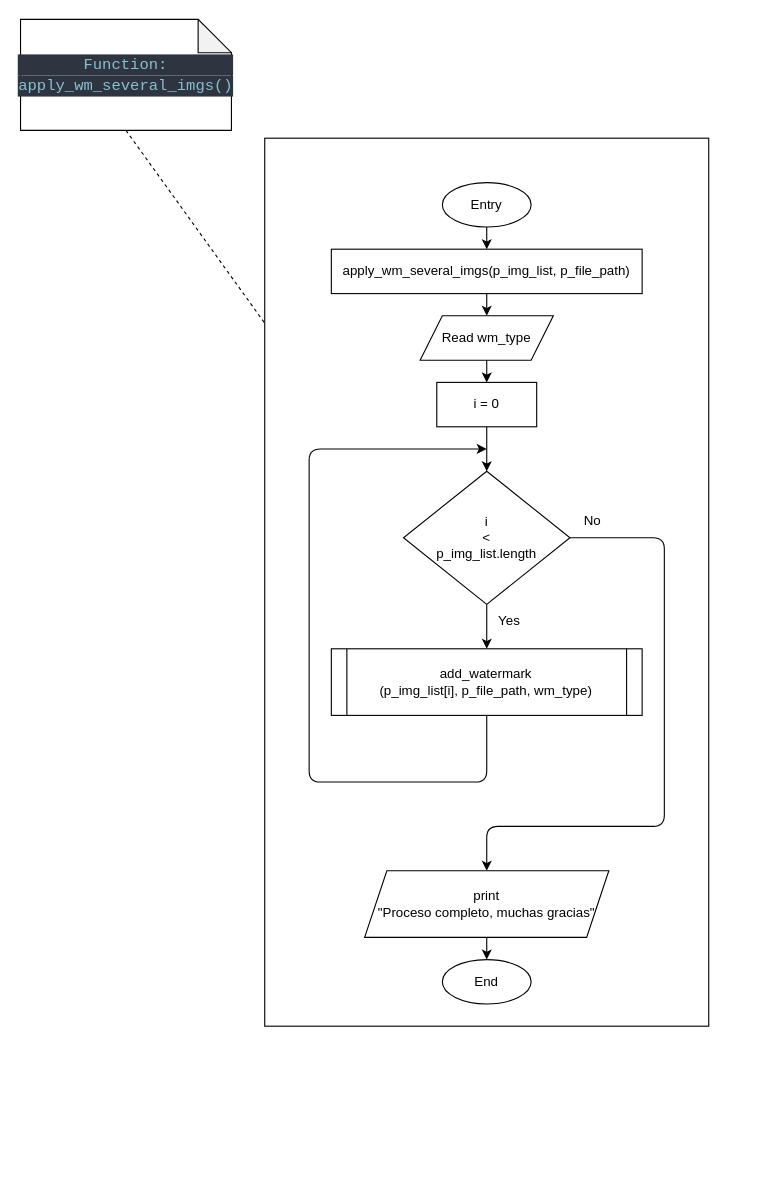
Before: Diagrams/apply_wm_several_imgs.drawio in rrojasj/ImgWatermark, a draw.io diagram. Source tidied: cells renumbered, new cells numbered last; positions are measured from the earlier drawing's top-left corner, leaving out a move shared by most shapes. Both pictures are drawn from the tidied source at 111%, with x=0, y=0 at pixel (20, 19).
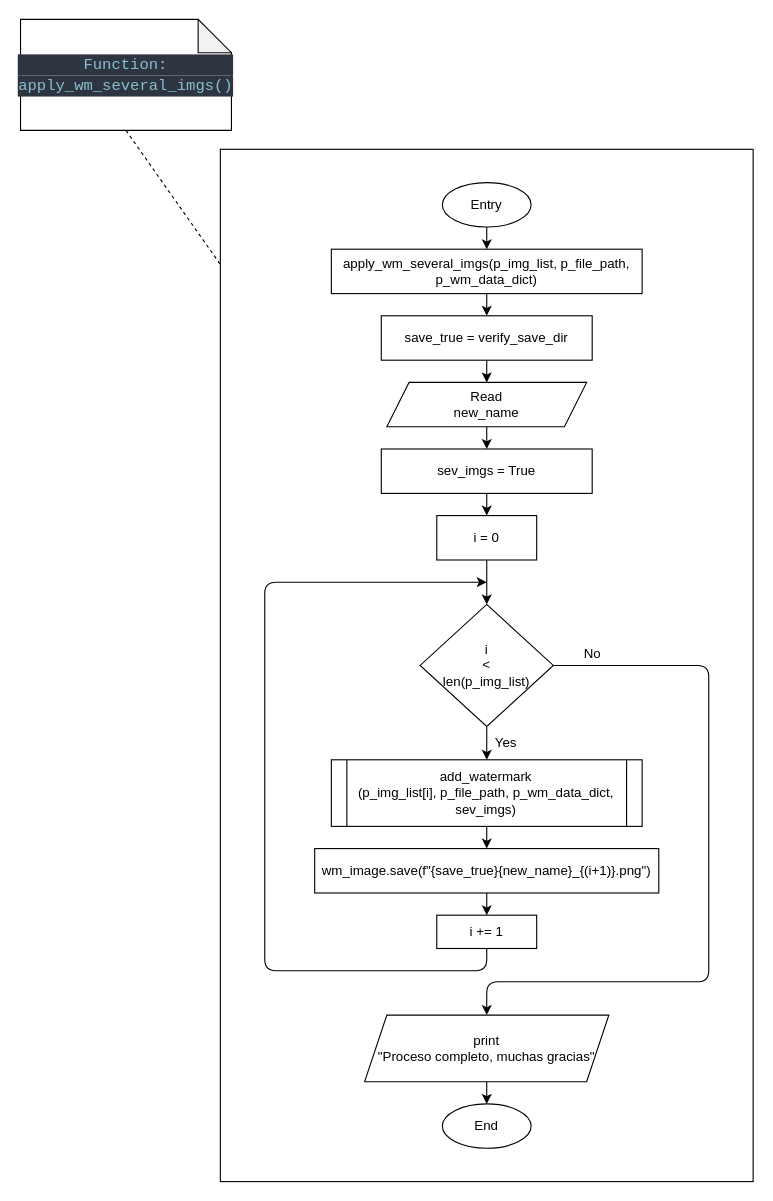
After the change.

The change refers to these unchanged cells:
```xml
<mxCell id="2" value="&lt;div style=&quot;background-color: rgb(46, 52, 64); font-family: Consolas, &amp;quot;Courier New&amp;quot;, monospace; font-size: 14px; line-height: 19px;&quot;&gt;&lt;font color=&quot;#88c0d0&quot;&gt;Function:&lt;/font&gt;&lt;/div&gt;&lt;div style=&quot;color: rgb(216, 222, 233); background-color: rgb(46, 52, 64); font-family: Consolas, &amp;quot;Courier New&amp;quot;, monospace; font-size: 14px; line-height: 19px;&quot;&gt;&lt;span style=&quot;color: #88c0d0;&quot;&gt;apply_wm_several_imgs()&lt;/span&gt;&lt;/div&gt;" style="shape=note;whiteSpace=wrap;html=1;backgroundOutline=1;darkOpacity=0.05;" parent="1" vertex="1">
  <mxGeometry width="190" height="100" as="geometry" />
</mxCell>
```

Change to the diagram source:
```diff
@@
-    <mxCell id="3" style="rounded=0;whiteSpace=wrap;html=1;" parent="1" vertex="1">
-      <mxGeometry x="220" y="107" width="400" height="800" as="geometry" />
-    </mxCell>
+    <mxCell id="23" style="rounded=0;whiteSpace=wrap;html=1;" parent="1" vertex="1">
+      <mxGeometry x="180" y="117" width="480" height="930" as="geometry" />
+    </mxCell>
-    <mxCell id="4" style="endArrow=none;dashed=1;html=1;exitX=0.5;exitY=1;exitDx=0;exitDy=0;exitPerimeter=0;entryX=0.001;entryY=0.209;entryDx=0;entryDy=0;entryPerimeter=0;" parent="1" edge="1" source="2" target="3">
+    <mxCell id="4" style="endArrow=none;dashed=1;html=1;exitX=0.5;exitY=1;exitDx=0;exitDy=0;exitPerimeter=0;entryX=0.002;entryY=0.113;entryDx=0;entryDy=0;entryPerimeter=0;" parent="1" edge="1" source="2" target="23">
       <mxGeometry relative="1" as="geometry" />
     </mxCell>
@@
-    <mxCell id="7" style="edgeStyle=none;html=1;" parent="1" edge="1" source="8">
-      <mxGeometry relative="1" as="geometry">
-        <mxPoint x="420" y="267" as="targetPoint" />
-      </mxGeometry>
+    <mxCell id="7" style="edgeStyle=none;html=1;entryX=0.5;entryY=0;entryDx=0;entryDy=0;" parent="1" edge="1" source="8" target="26">
+      <mxGeometry relative="1" as="geometry" />
     </mxCell>
-    <mxCell id="8" value="apply_wm_several_imgs(p_img_list, p_file_path)" style="whiteSpace=wrap;html=1;" parent="1" vertex="1">
+    <mxCell id="8" value="apply_wm_several_imgs(p_img_list, p_file_path, p_wm_data_dict)" style="whiteSpace=wrap;html=1;" parent="1" vertex="1">
       <mxGeometry x="280" y="207" width="280" height="40" as="geometry" />
     </mxCell>
@@
     <mxCell id="10" value="i = 0" style="whiteSpace=wrap;html=1;" parent="1" vertex="1">
-      <mxGeometry x="375" y="327" width="90" height="40" as="geometry" />
+      <mxGeometry x="375" y="447" width="90" height="40" as="geometry" />
     </mxCell>
@@
-    <mxCell id="12" value="i &lt;br&gt;&amp;lt;&lt;br&gt;p_img_list.length" style="rhombus;whiteSpace=wrap;html=1;" parent="1" vertex="1">
-      <mxGeometry x="345" y="407" width="150" height="120" as="geometry" />
+    <mxCell id="12" value="i &lt;br&gt;&amp;lt;&lt;br&gt;len(p_img_list)" style="rhombus;whiteSpace=wrap;html=1;" parent="1" vertex="1">
+      <mxGeometry x="360" y="527" width="120" height="110" as="geometry" />
     </mxCell>
-    <mxCell id="13" style="edgeStyle=none;html=1;exitX=0.5;exitY=1;exitDx=0;exitDy=0;" parent="1" edge="1" source="14">
+    <mxCell id="13" style="edgeStyle=none;html=1;exitX=0.5;exitY=1;exitDx=0;exitDy=0;" parent="1" edge="1" source="32">
       <mxGeometry relative="1" as="geometry">
-        <mxPoint x="420" y="387" as="targetPoint" />
+        <mxPoint x="420" y="507" as="targetPoint" />
         <Array as="points">
-          <mxPoint x="420" y="687" />
-          <mxPoint x="260" y="687" />
-          <mxPoint x="260" y="387" />
+          <mxPoint x="420" y="857" />
+          <mxPoint x="220" y="857" />
+          <mxPoint x="220" y="507" />
         </Array>
       </mxGeometry>
     </mxCell>
+    <mxCell id="24" style="edgeStyle=none;html=1;" parent="1" edge="1" source="14" target="31">
+      <mxGeometry relative="1" as="geometry" />
+    </mxCell>
-    <mxCell id="14" value="add_watermark &lt;br&gt;(p_img_list[i], p_file_path, wm_type)" style="shape=process;whiteSpace=wrap;html=1;backgroundOutline=1;size=0.05172413793103448;" parent="1" vertex="1">
-      <mxGeometry x="280" y="567" width="280" height="60" as="geometry" />
+    <mxCell id="14" value="add_watermark &lt;br&gt;(p_img_list[i], p_file_path, p_wm_data_dict, sev_imgs)" style="shape=process;whiteSpace=wrap;html=1;backgroundOutline=1;size=0.05172413793103448;" parent="1" vertex="1">
+      <mxGeometry x="280" y="667" width="280" height="60" as="geometry" />
     </mxCell>
     <mxCell id="15" value="Yes" style="text;html=1;align=center;verticalAlign=middle;strokeColor=none;fillColor=none;" parent="1" vertex="1">
-      <mxGeometry x="420" y="527" width="40" height="30" as="geometry" />
+      <mxGeometry x="417" y="637" width="40" height="30" as="geometry" />
     </mxCell>
     <mxCell id="16" style="endArrow=classic;html=1;fontSize=14;exitX=1;exitY=0.5;exitDx=0;exitDy=0;entryX=0.5;entryY=0;entryDx=0;entryDy=0;" parent="1" edge="1" source="12" target="18">
       <mxGeometry relative="1" as="geometry">
         <Array as="points">
-          <mxPoint x="580" y="467" />
-          <mxPoint x="580" y="727" />
-          <mxPoint x="420" y="727" />
+          <mxPoint x="620" y="582" />
+          <mxPoint x="620" y="867" />
+          <mxPoint x="420" y="867" />
         </Array>
       </mxGeometry>
     </mxCell>
@@
     <mxCell id="18" value="print &lt;br&gt;&quot;Proceso completo, muchas gracias&quot;" style="shape=parallelogram;perimeter=parallelogramPerimeter;whiteSpace=wrap;html=1;fixedSize=1;" parent="1" vertex="1">
-      <mxGeometry x="310" y="767" width="220" height="60" as="geometry" />
+      <mxGeometry x="310" y="897" width="220" height="60" as="geometry" />
     </mxCell>
     <mxCell id="19" value="No" style="text;html=1;align=center;verticalAlign=middle;strokeColor=none;fillColor=none;" parent="1" vertex="1">
-      <mxGeometry x="495" y="437" width="40" height="30" as="geometry" />
+      <mxGeometry x="495" y="557" width="40" height="30" as="geometry" />
     </mxCell>
-    <mxCell id="20" style="edgeStyle=none;html=1;entryX=0.5;entryY=0;entryDx=0;entryDy=0;" parent="1" edge="1" source="21" target="10">
+    <mxCell id="20" style="edgeStyle=none;html=1;entryX=0.5;entryY=0;entryDx=0;entryDy=0;exitX=0.5;exitY=1;exitDx=0;exitDy=0;" parent="1" edge="1" source="27" target="10">
       <mxGeometry relative="1" as="geometry" />
     </mxCell>
-    <mxCell id="21" value="Read wm_type" style="shape=parallelogram;perimeter=parallelogramPerimeter;whiteSpace=wrap;html=1;fixedSize=1;" parent="1" vertex="1">
-      <mxGeometry x="360" y="267" width="120" height="40" as="geometry" />
-    </mxCell>
     <mxCell id="22" value="End" style="ellipse;whiteSpace=wrap;html=1;" parent="1" vertex="1">
-      <mxGeometry x="380" y="847" width="80" height="40" as="geometry" />
+      <mxGeometry x="380" y="977" width="80" height="40" as="geometry" />
     </mxCell>
+    <mxCell id="25" style="edgeStyle=none;html=1;" parent="1" edge="1" source="26" target="29">
+      <mxGeometry relative="1" as="geometry" />
+    </mxCell>
+    <mxCell id="26" value="save_true = verify_save_dir" style="rounded=0;whiteSpace=wrap;html=1;" parent="1" vertex="1">
+      <mxGeometry x="325" y="267" width="190" height="40" as="geometry" />
+    </mxCell>
+    <mxCell id="27" value="sev_imgs = True" style="rounded=0;whiteSpace=wrap;html=1;" parent="1" vertex="1">
+      <mxGeometry x="325" y="387" width="190" height="40" as="geometry" />
+    </mxCell>
+    <mxCell id="28" style="edgeStyle=none;html=1;" parent="1" edge="1" source="29" target="27">
+      <mxGeometry relative="1" as="geometry" />
+    </mxCell>
+    <mxCell id="29" value="Read &lt;br&gt;new_name" style="shape=parallelogram;perimeter=parallelogramPerimeter;whiteSpace=wrap;html=1;fixedSize=1;" parent="1" vertex="1">
+      <mxGeometry x="330" y="327" width="180" height="40" as="geometry" />
+    </mxCell>
+    <mxCell id="30" style="edgeStyle=none;html=1;" parent="1" edge="1" source="31" target="32">
+      <mxGeometry relative="1" as="geometry" />
+    </mxCell>
+    <mxCell id="31" value="wm_image.save(f&quot;{save_true}{new_name}_{(i+1)}.png&quot;)" style="rounded=0;whiteSpace=wrap;html=1;" parent="1" vertex="1">
+      <mxGeometry x="265" y="747" width="310" height="40" as="geometry" />
+    </mxCell>
+    <mxCell id="32" value="i += 1" style="whiteSpace=wrap;html=1;" parent="1" vertex="1">
+      <mxGeometry x="375" y="807" width="90" height="30" as="geometry" />
+    </mxCell>
```
